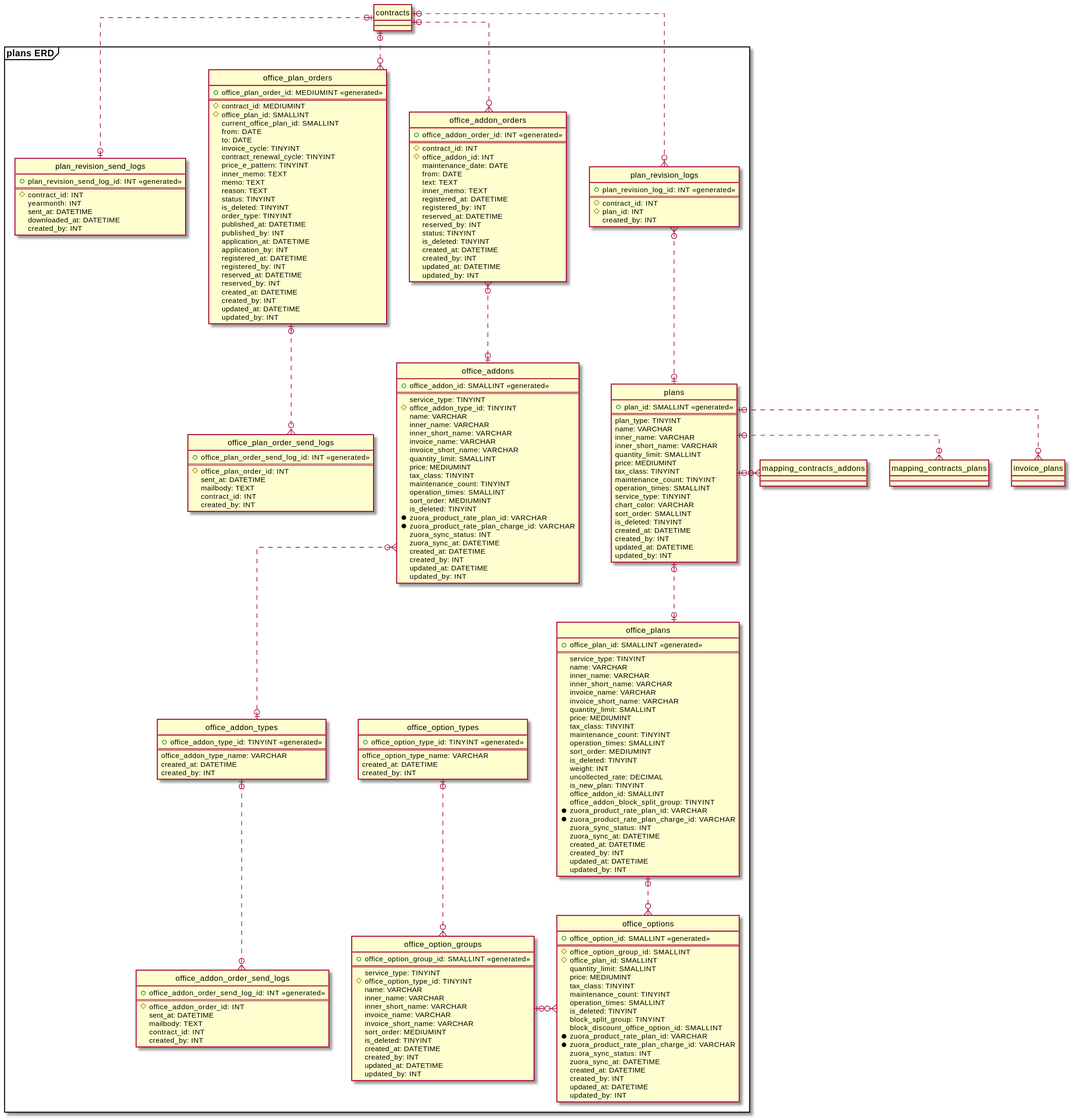
Before: image/svg/plans_erd.svg, a diagram exported from PlantUML (kim-yuchul-okan/subsystem-erd).
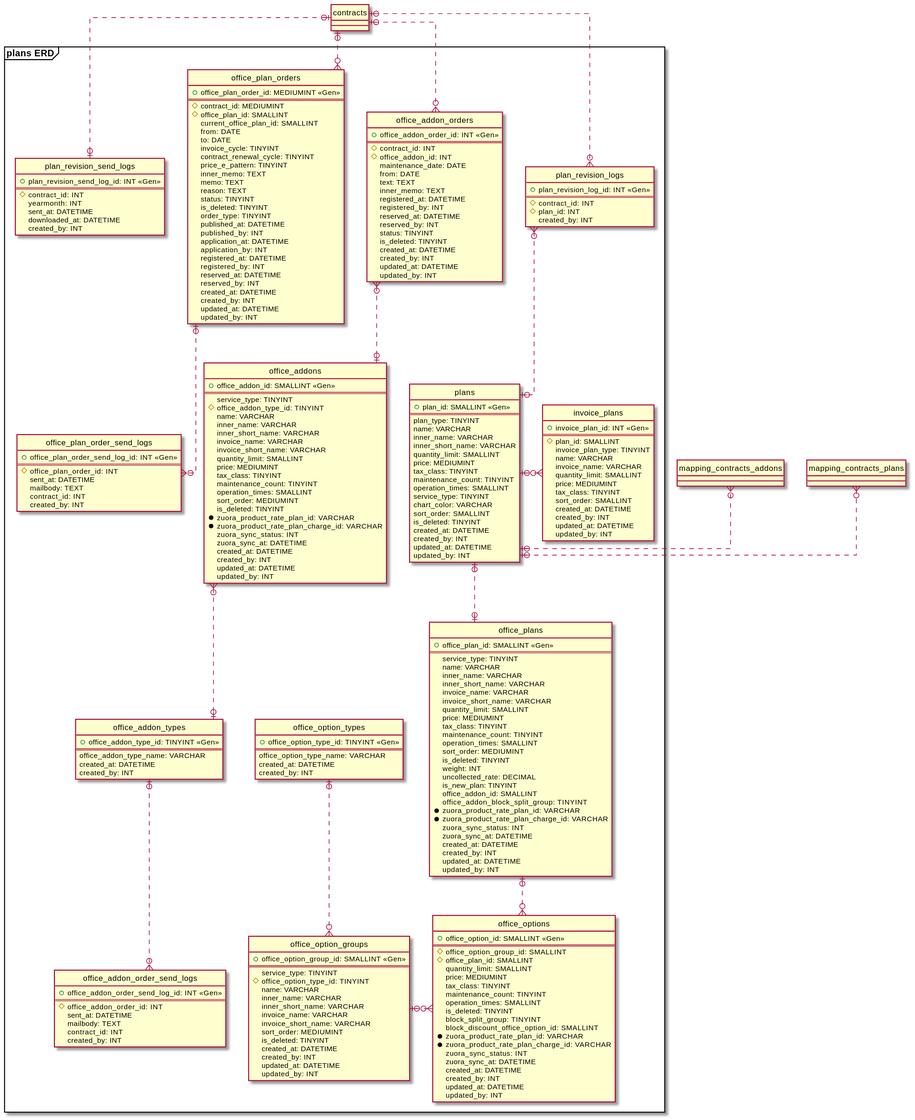
The same diagram one commit later.

What changed in the source:
```diff
@@ -6,21 +6,21 @@
 
 frame "plans ERD" {
   entity "office_addon_types" {
-    + office_addon_type_id: TINYINT <<generated>>
+    + office_addon_type_id: TINYINT <<Gen>>
     ==
     office_addon_type_name: VARCHAR
     created_at: DATETIME
     created_by: INT
   }
   entity "office_option_types" {
-    + office_option_type_id: TINYINT <<generated>>
+    + office_option_type_id: TINYINT <<Gen>>
     ==
     office_option_type_name: VARCHAR
     created_at: DATETIME
     created_by: INT
   }
   entity "office_addon_order_send_logs" {
-    + office_addon_order_send_log_id: INT <<generated>>
+    + office_addon_order_send_log_id: INT <<Gen>>
     ==
     # office_addon_order_id: INT
     sent_at: DATETIME
@@ -29,7 +29,7 @@
     created_by: INT
   }
   entity "office_addon_orders" {
-    + office_addon_order_id: INT <<generated>>
+    + office_addon_order_id: INT <<Gen>>
     ==
     # contract_id: INT
     # office_addon_id: INT
@@ -49,7 +49,7 @@
     updated_by: INT
   }
   entity "office_addons" {
-    + office_addon_id: SMALLINT <<generated>>
+    + office_addon_id: SMALLINT <<Gen>>
     ==
     service_type: TINYINT
     # office_addon_type_id: TINYINT
@@ -75,7 +75,7 @@
     updated_by: INT
   }
   entity "office_option_groups" {
-    + office_option_group_id: SMALLINT <<generated>>
+    + office_option_group_id: SMALLINT <<Gen>>
     ==
     service_type: TINYINT
     # office_option_type_id: TINYINT
@@ -92,7 +92,7 @@
     updated_by: INT
   }
   entity "office_options" {
-    + office_option_id: SMALLINT <<generated>>
+    + office_option_id: SMALLINT <<Gen>>
     ==
     # office_option_group_id: SMALLINT
     # office_plan_id: SMALLINT
@@ -114,7 +114,7 @@
     updated_by: INT
   }
   entity "office_plan_order_send_logs" {
-    + office_plan_order_send_log_id: INT <<generated>>
+    + office_plan_order_send_log_id: INT <<Gen>>
     ==
     # office_plan_order_id: INT
     sent_at: DATETIME
@@ -123,7 +123,7 @@
     created_by: INT
   }
   entity "office_plan_orders" {
-    + office_plan_order_id: MEDIUMINT <<generated>>
+    + office_plan_order_id: MEDIUMINT <<Gen>>
     ==
     # contract_id: MEDIUMINT
     # office_plan_id: SMALLINT
@@ -153,7 +153,7 @@
     updated_by: INT
   }
   entity "office_plans" {
-    + office_plan_id: SMALLINT <<generated>>
+    + office_plan_id: SMALLINT <<Gen>>
     ==
     service_type: TINYINT
     name: VARCHAR
@@ -183,14 +183,14 @@
     updated_by: INT
   }
   entity "plan_revision_logs" {
-    + plan_revision_log_id: INT <<generated>>
+    + plan_revision_log_id: INT <<Gen>>
     ==
     # contract_id: INT
     # plan_id: INT
     created_by: INT
   }
   entity "plan_revision_send_logs" {
-    + plan_revision_send_log_id: INT <<generated>>
+    + plan_revision_send_log_id: INT <<Gen>>
     ==
     # contract_id: INT
     yearmonth: INT
@@ -199,7 +199,7 @@
     created_by: INT
   }
   entity "plans" {
-    + plan_id: SMALLINT <<generated>>
+    + plan_id: SMALLINT <<Gen>>
     ==
     plan_type: TINYINT
     name: VARCHAR
@@ -219,7 +219,23 @@
     updated_at: DATETIME
     updated_by: INT
   }
-
+  entity "invoice_plans" {
+    + invoice_plan_id: INT <<Gen>>
+    ==
+    # plan_id: SMALLINT
+    invoice_plan_type: TINYINT
+    name: VARCHAR
+    invoice_name: VARCHAR
+    quantity_limit: SMALLINT
+    price: MEDIUMINT
+    tax_class: TINYINT
+    sort_order: SMALLINT
+    created_at: DATETIME
+    created_by: INT
+    updated_at: DATETIME
+    updated_by: INT
+  }
+  plans |o.r.o{ invoice_plans
   plans |o.d.o| office_plans
   plans |o.u.o{ plan_revision_logs
   office_plans |o.d.o{ office_options
@@ -237,6 +253,5 @@
 contracts |o..o| plan_revision_send_logs
 plans |o.r.o{ mapping_contracts_addons
 plans |o.r.o{ mapping_contracts_plans
-plans |o.r.o{ invoice_plans
 
 @enduml
```
